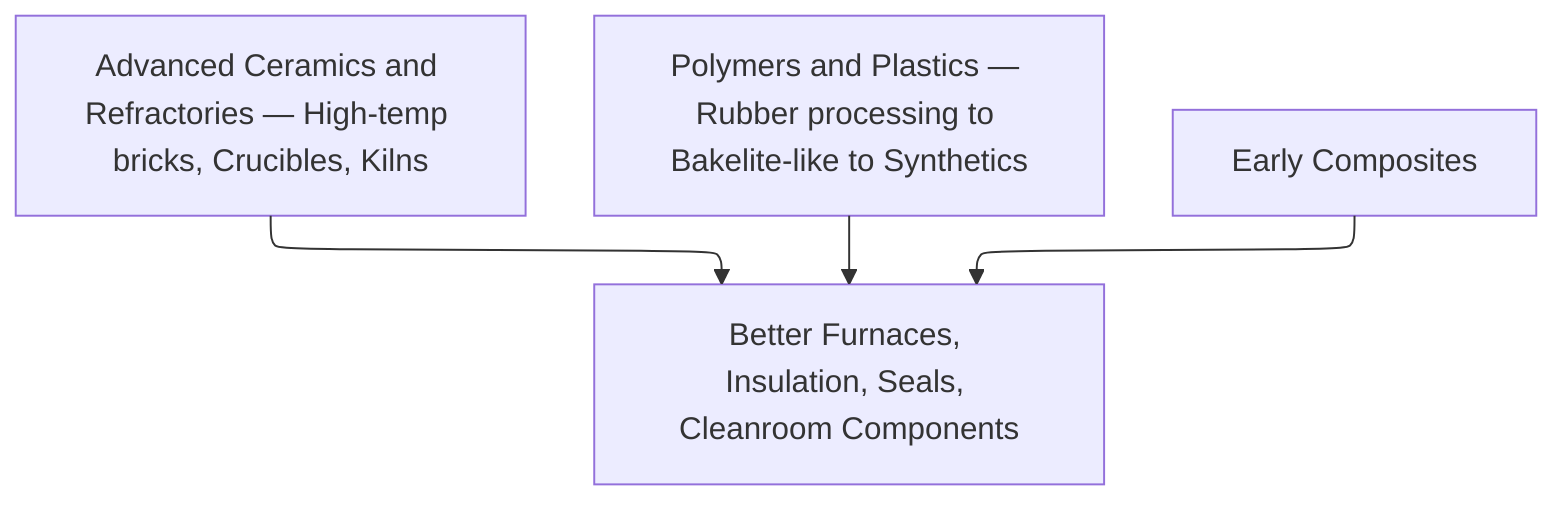
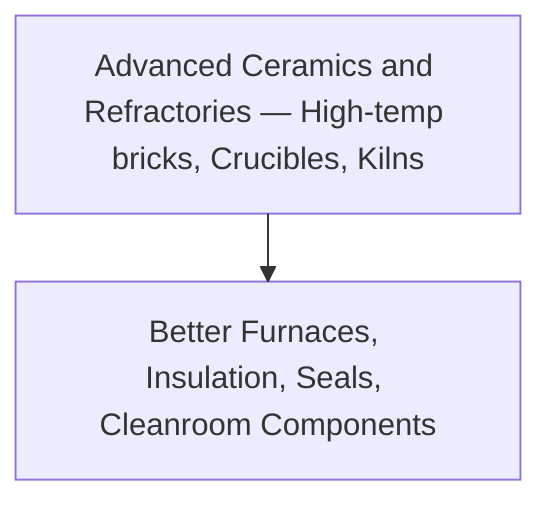
%%{init: {"flowchart": {"defaultRenderer": "elk"}}}%%
graph TD
    Ceramics[Advanced Ceramics and Refractories — High-temp bricks, Crucibles, Kilns]
-     Polymers[Polymers and Plastics — Rubber processing to Bakelite-like to Synthetics]
-     Composites[Early Composites]
    Application[Better Furnaces, Insulation, Seals, Cleanroom Components]

-     Ceramics & Polymers --> Application
-     Composites --> Application
+     Ceramics --> Application
